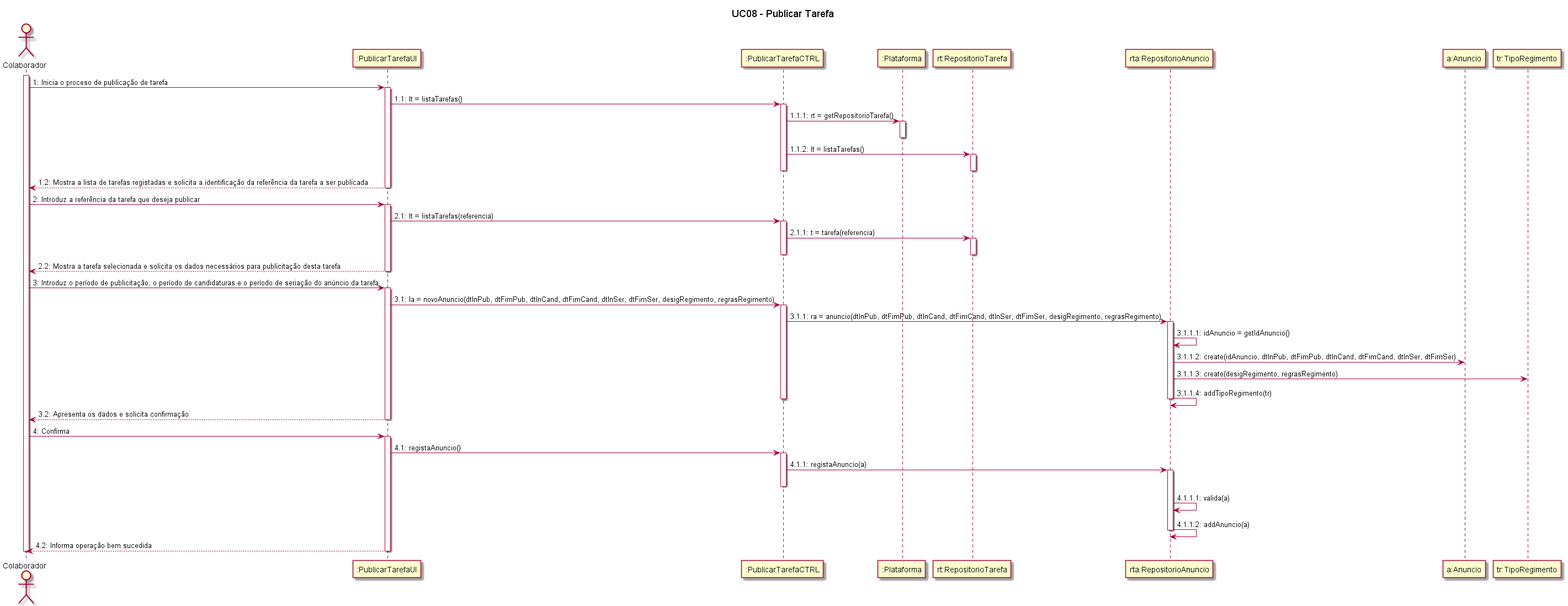
Earlier version of the PlantUML export Documentação/Sprint 3/UC08_Publicar_Tarefa/UC08_Publicar_Tarefa_Diagrama_Sequencia.png (blestonbandeiraUPSKILL/upskill_java1_labprg_grupo2).
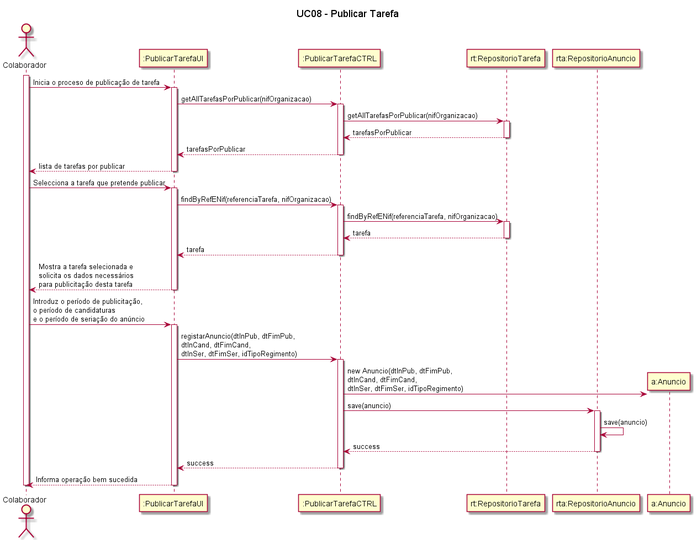
The same file after the commit.

What changed in the source:
```diff
@@ -4,81 +4,57 @@
 actor Colaborador
 participant ":PublicarTarefaUI" as PublicarTarefaUI
 participant ":PublicarTarefaCTRL" as PublicarTarefaCTRL
-participant ":Plataforma" as Plataforma
 participant "rt:RepositorioTarefa" as RepositorioTarefa
 participant "rta:RepositorioAnuncio" as RepositorioAnuncio
 participant "a:Anuncio" as Anuncio
-participant "tr:TipoRegimento" as TipoRegimento
 
 activate Colaborador
-Colaborador -> PublicarTarefaUI: 1: Inicia o proceso de publicação de tarefa
+Colaborador -> PublicarTarefaUI:  Inicia o proceso de publicação de tarefa
 activate PublicarTarefaUI
+PublicarTarefaUI -> PublicarTarefaCTRL:  getAllTarefasPorPublicar(nifOrganizacao)
+activate PublicarTarefaCTRL
+PublicarTarefaCTRL -> RepositorioTarefa: getAllTarefasPorPublicar(nifOrganizacao)
+activate RepositorioTarefa
+RepositorioTarefa --> PublicarTarefaCTRL: tarefasPorPublicar
+deactivate RepositorioTarefa
+PublicarTarefaCTRL --> PublicarTarefaUI: tarefasPorPublicar
+deactivate PublicarTarefaCTRL
+PublicarTarefaUI --> Colaborador: lista de tarefas por publicar
+deactivate PublicarTarefaUI
 
-PublicarTarefaUI -> PublicarTarefaCTRL: 1.1: lt = listaTarefas()
+
+Colaborador -> PublicarTarefaUI: Selecciona a tarefa que pretende publicar
+activate PublicarTarefaUI
+PublicarTarefaUI -> PublicarTarefaCTRL: findByRefENif(referenciaTarefa, nifOrganizacao)
 activate PublicarTarefaCTRL
 
-PublicarTarefaCTRL -> Plataforma: 1.1.1: rt = getRepositorioTarefa()
-activate Plataforma
-deactivate Plataforma
+PublicarTarefaCTRL -> RepositorioTarefa : findByRefENif(referenciaTarefa, nifOrganizacao)
+activate RepositorioTarefa
+RepositorioTarefa --> PublicarTarefaCTRL: tarefa
+deactivate RepositorioTarefa
+PublicarTarefaCTRL --> PublicarTarefaUI: tarefa
+deactivate PublicarTarefaCTRL
 
-PublicarTarefaCTRL -> RepositorioTarefa: 1.1.2: lt = listaTarefas()
-activate RepositorioTarefa
-deactivate PublicarTarefaCTRL
-deactivate RepositorioTarefa
-
-PublicarTarefaUI --> Colaborador: 1.2: Mostra a lista de tarefas registadas e solicita a identificação da referência da tarefa a ser publicada
+PublicarTarefaUI --> Colaborador: Mostra a tarefa selecionada e \nsolicita os dados necessários \npara publicitação desta tarefa
 deactivate PublicarTarefaUI
 
-Colaborador -> PublicarTarefaUI: 2: Introduz a referência da tarefa que deseja publicar
+Colaborador -> PublicarTarefaUI: Introduz o período de publicitação, \no período de candidaturas \ne o período de seriação do anúncio
 activate PublicarTarefaUI
+PublicarTarefaUI -> PublicarTarefaCTRL: registarAnuncio(dtInPub, dtFimPub, \ndtInCand, dtFimCand, \ndtInSer, dtFimSer, idTipoRegimento)
+activate PublicarTarefaCTRL
+create Anuncio
+PublicarTarefaCTRL -> Anuncio: new Anuncio(dtInPub, dtFimPub, \ndtInCand, dtFimCand, \ndtInSer, dtFimSer, idTipoRegimento)
 
-PublicarTarefaUI -> PublicarTarefaCTRL: 2.1: lt = listaTarefas(referencia)
-activate PublicarTarefaCTRL
 
-PublicarTarefaCTRL -> RepositorioTarefa : 2.1.1: t = tarefa(referencia)
-activate RepositorioTarefa
-deactivate RepositorioTarefa
-deactivate PublicarTarefaCTRL
-
-PublicarTarefaUI --> Colaborador: 2.2: Mostra a tarefa selecionada e solicita os dados necessários para publicitação desta tarefa
-deactivate PublicarTarefaUI
-
-Colaborador -> PublicarTarefaUI: 3: Introduz o período de publicitação, o período de candidaturas e o período de seriação do anúncio da tarefa
-activate PublicarTarefaUI
-
-PublicarTarefaUI -> PublicarTarefaCTRL: 3.1: la = novoAnuncio(dtInPub, dtFimPub, dtInCand, dtFimCand, dtInSer, dtFimSer, desigRegimento, regrasRegimento)
-activate PublicarTarefaCTRL
-
-PublicarTarefaCTRL -> RepositorioAnuncio : 3.1.1: ra = anuncio(dtInPub, dtFimPub, dtInCand, dtFimCand, dtInSer, dtFimSer, desigRegimento, regrasRegimento)
+PublicarTarefaCTRL -> RepositorioAnuncio : save(anuncio)
 activate RepositorioAnuncio
 
-RepositorioAnuncio -> RepositorioAnuncio: 3.1.1.1: idAnuncio = getIdAnuncio()
-
-RepositorioAnuncio -> Anuncio: 3.1.1.2: create(idAnuncio, dtInPub, dtFimPub, dtInCand, dtFimCand, dtInSer, dtFimSer)
-RepositorioAnuncio -> TipoRegimento: 3.1.1.3: create(desigRegimento, regrasRegimento)
-RepositorioAnuncio -> RepositorioAnuncio: 3.1.1.4: addTipoRegimento(tr)
+RepositorioAnuncio -> RepositorioAnuncio: save(anuncio)
+RepositorioAnuncio --> PublicarTarefaCTRL: success
 deactivate RepositorioAnuncio
+PublicarTarefaCTRL --> PublicarTarefaUI: success
 deactivate PublicarTarefaCTRL
-
-PublicarTarefaUI --> Colaborador: 3.2: Apresenta os dados e solicita confirmação
-deactivate PublicarTarefaUI
-
-Colaborador -> PublicarTarefaUI: 4: Confirma
-activate PublicarTarefaUI
-
-PublicarTarefaUI -> PublicarTarefaCTRL: 4.1: registaAnuncio()
-activate PublicarTarefaCTRL
-
-PublicarTarefaCTRL -> RepositorioAnuncio : 4.1.1: registaAnuncio(a)
-activate RepositorioAnuncio
-deactivate PublicarTarefaCTRL
-
-RepositorioAnuncio -> RepositorioAnuncio : 4.1.1.1: valida(a)
-
-RepositorioAnuncio -> RepositorioAnuncio : 4.1.1.2: addAnuncio(a)
-deactivate RepositorioAnuncio
-
-PublicarTarefaUI --> Colaborador: 4.2: Informa operação bem sucedida
+PublicarTarefaUI --> Colaborador: Informa operação bem sucedida
 deactivate PublicarTarefaUI
 
 deactivate Colaborador
```
